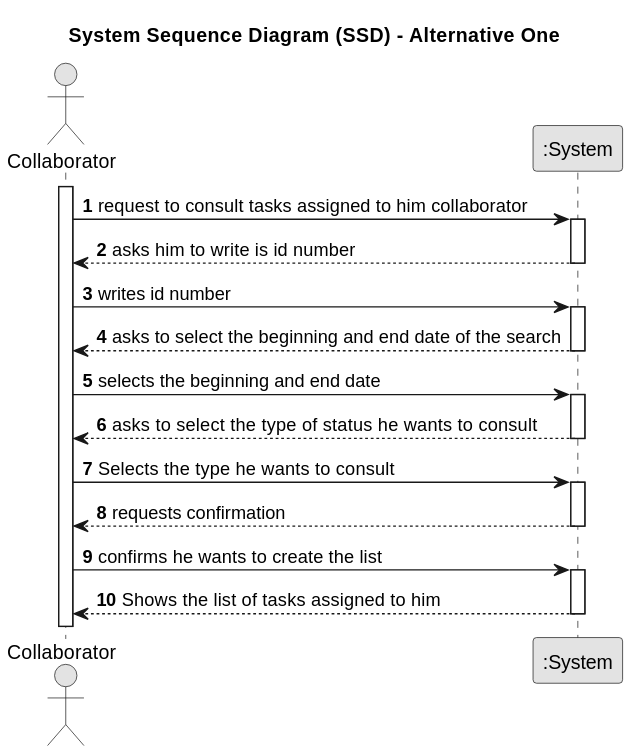
This is docs/sprintC/us028/01.requirements-engineering/svg/us028-system-sequence-diagram-alternative-one.svg from diogoveirospro/lei-24-s2-1dg-g072, a PlantUML export, as it was before one commit. The source it was exported from:
```plantuml
@startuml
skinparam monochrome true
skinparam packageStyle rectangle
skinparam shadowing false

title System Sequence Diagram (SSD) - Alternative One

autonumber

actor "Collaborator" as Col
participant ":System" as System

activate Col

    Col -> System : request to consult tasks assigned to him collaborator
    activate System

        System --> Col : asks him to write is id number
    deactivate System

    Col -> System : writes id number
    activate System

        System --> Col : asks to select the beginning and end date of the search
    deactivate System

    Col -> System : selects the beginning and end date
    activate System

            System --> Col: asks to select the type of status he wants to consult
    deactivate System

    Col -> System : Selects the type he wants to consult
    activate System

        System --> Col : requests confirmation
    deactivate System

    Col -> System : confirms he wants to create the list
    activate System

        System --> Col : Shows the list of tasks assigned to him
    deactivate System
@enduml
```
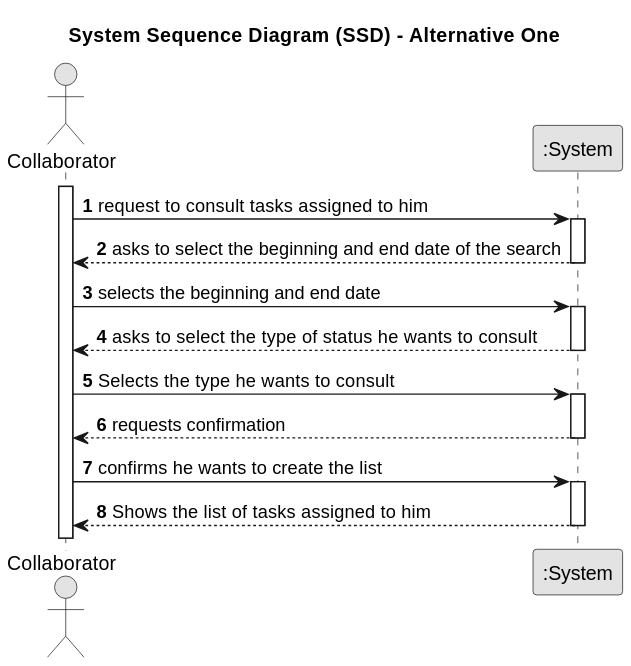
The same diagram one commit later.

Change to the diagram source:
```diff
@@ -12,13 +12,8 @@
 
 activate Col
 
-    Col -> System : request to consult tasks assigned to him collaborator
-    activate System
+    Col -> System : request to consult tasks assigned to him
 
-        System --> Col : asks him to write is id number
-    deactivate System
-
-    Col -> System : writes id number
     activate System
 
         System --> Col : asks to select the beginning and end date of the search
```
